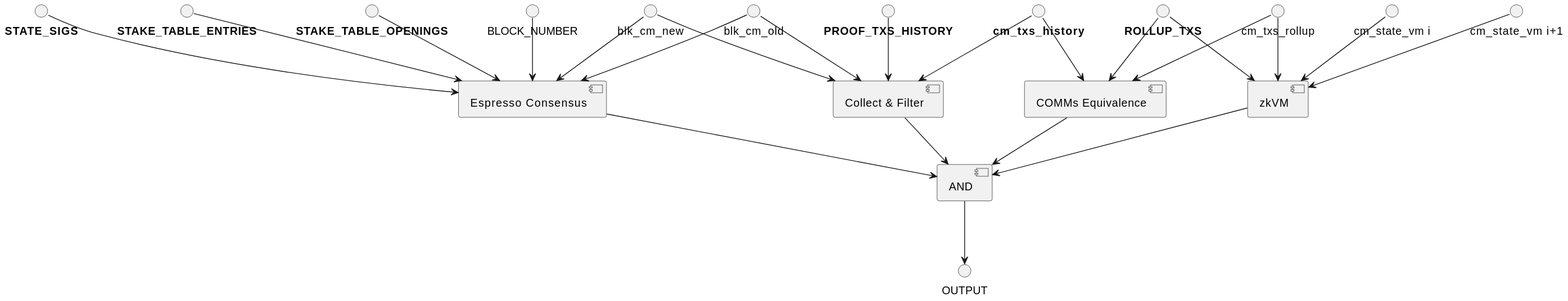
EspressoSystems/espresso-sequencer keeps this PlantUML diagram as doc/zk-rollup-circuit.svg. Above is the earlier version.
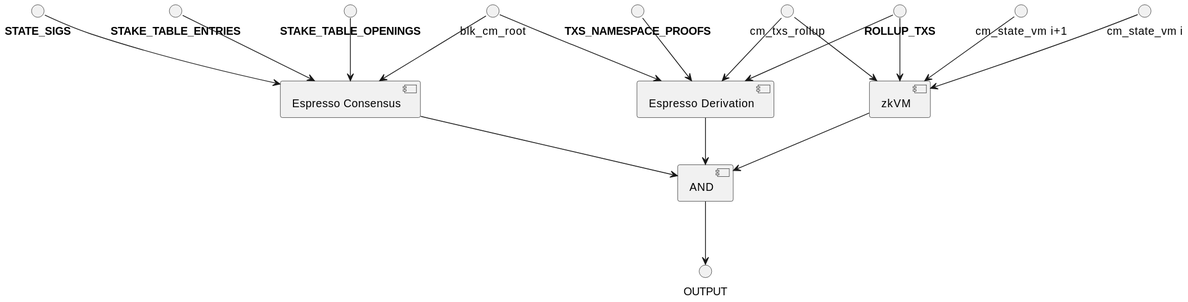
The same file after the commit.

Change to the diagram source:
```diff
@@ -1,28 +1,22 @@
 @startuml
 [Espresso Consensus] as EspCons
-[Collect & Filter] as CF
-[COMMs Equivalence] as CE
+[Espresso Derivation] as ED
 [AND] as AND
 
 [zkVM] as ZK
-blk_cm_new --> EspCons
+blk_cm_root --> EspCons
 "<b>STATE_SIGS</b>" --> EspCons
 "<b>STAKE_TABLE_ENTRIES</b>" --> EspCons
 "<b>STAKE_TABLE_OPENINGS</b>" --> EspCons
-BLOCK_NUMBER --> EspCons
 
 
 
-blk_cm_old --> CF
-blk_cm_old --> EspCons
-blk_cm_new --> CF
-"<b>PROOF_TXS_HISTORY</b>" --> CF
-"<b>ROLLUP_TXS</b>" --> CE
+blk_cm_root --> ED
+"<b>TXS_NAMESPACE_PROOFS</b>" --> ED
+"<b>ROLLUP_TXS</b>" --> ED
 "<b>ROLLUP_TXS</b>" --> ZK
 
-cm_txs_rollup --> CE
-"<b>cm_txs_history</b>" --> CE
-"<b>cm_txs_history</b>" --> CF
+cm_txs_rollup --> ED
 
 "cm_state_vm i" --> ZK
 "cm_state_vm i+1" --> ZK
@@ -30,8 +24,7 @@
 
 EspCons -> AND
 ZK --> AND
-CE --> AND
-CF --> AND
+ED --> AND
 
 AND --> OUTPUT
 @enduml
```
